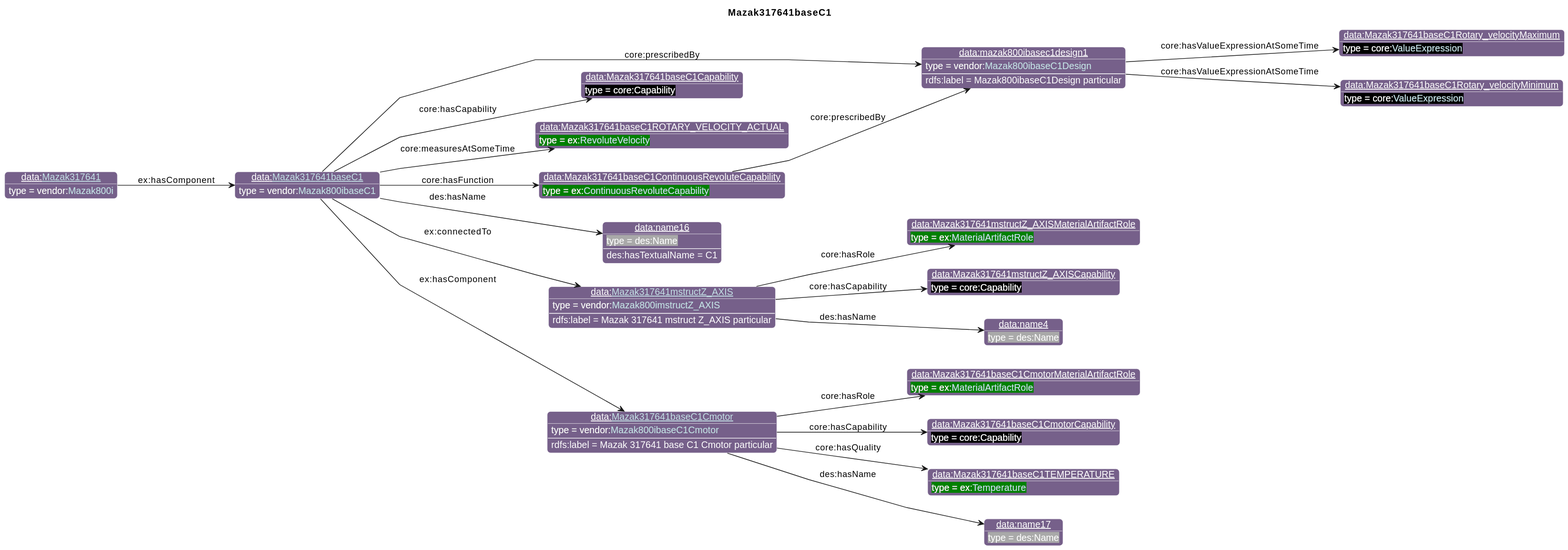
This is diagrams/Mazak317641baseC1.svg from iofoundry/example-syseng-mtconnect, a PlantUML export, as it was before one commit.
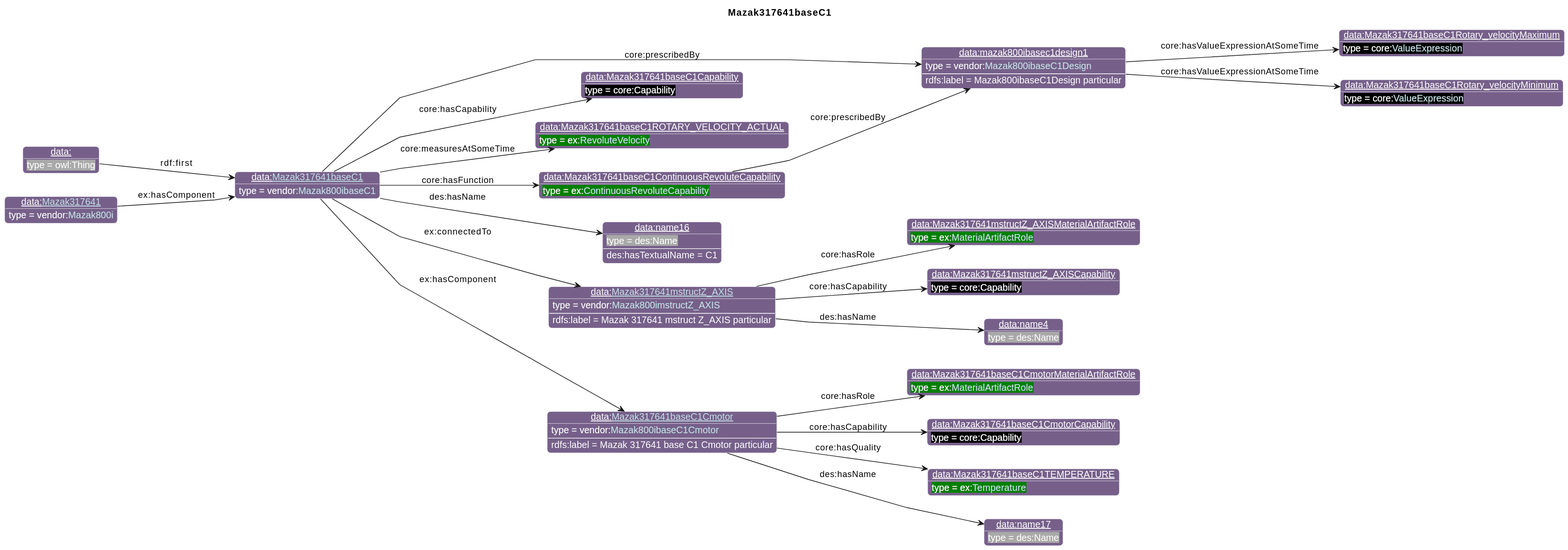
After the change.

What changed in the source:
```diff
@@ -42,7 +42,8 @@
 individual(o14, data:Mazak317641baseC1CmotorCapability, core:Capability)
 individual(o15, data:Mazak317641baseC1TEMPERATURE, ex:[[../Example.html#Temperature Temperature]])
 individual(o16, data:name17, des:Name)
-individual(o17, data:[[./Mazak317641.html Mazak317641]], vendor:[[../Mazak.html#Mazak800i Mazak800i]])
+individual(o17, data:, owl:Thing)
+individual(o18, data:[[./Mazak317641.html Mazak317641]], vendor:[[../Mazak.html#Mazak800i Mazak800i]])
 property(o0, "core:prescribedBy", o1)
 data(o1, "rdfs:label", "Mazak800ibaseC1Design particular")
 property(o1, "core:hasValueExpressionAtSomeTime", o2)
@@ -64,5 +65,6 @@
 property(o12, "core:hasCapability", o14)
 property(o12, "core:hasQuality", o15)
 property(o12, "des:hasName", o16)
-property(o17, "ex:hasComponent", o0)
+property(o17, "rdf:first", o0)
+property(o18, "ex:hasComponent", o0)
 @enduml
```
